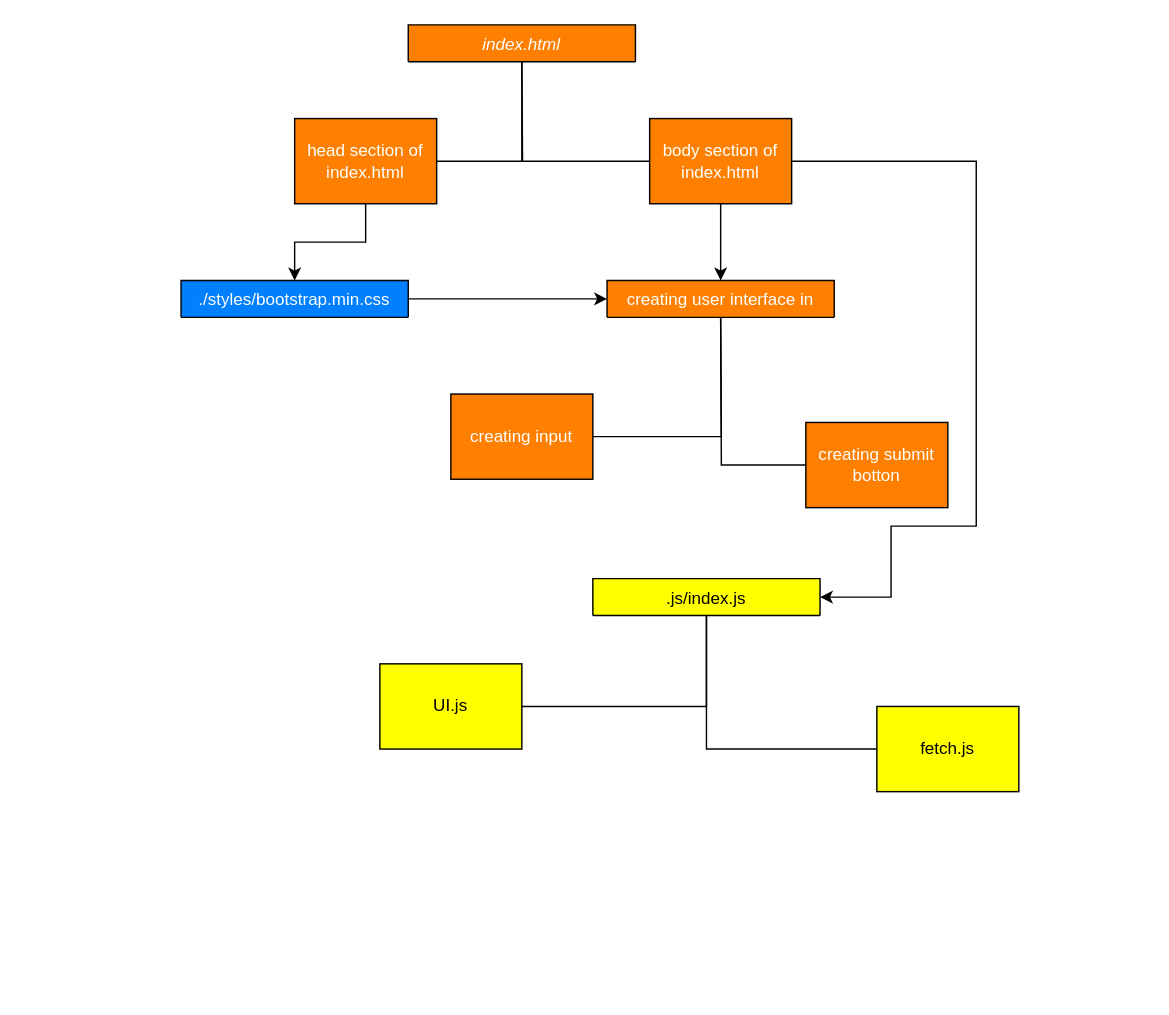
Above: js/Untitled Diagram.drawio in Dadajanov/WeatherWithLocation (draw.io), before the change. Source tidied: cells renumbered, new cells numbered last; positions are measured from the earlier drawing's top-left corner, leaving out a move shared by most shapes. Both pictures are drawn from the tidied source at 142%, with x=0, y=0 at pixel (180, 24).
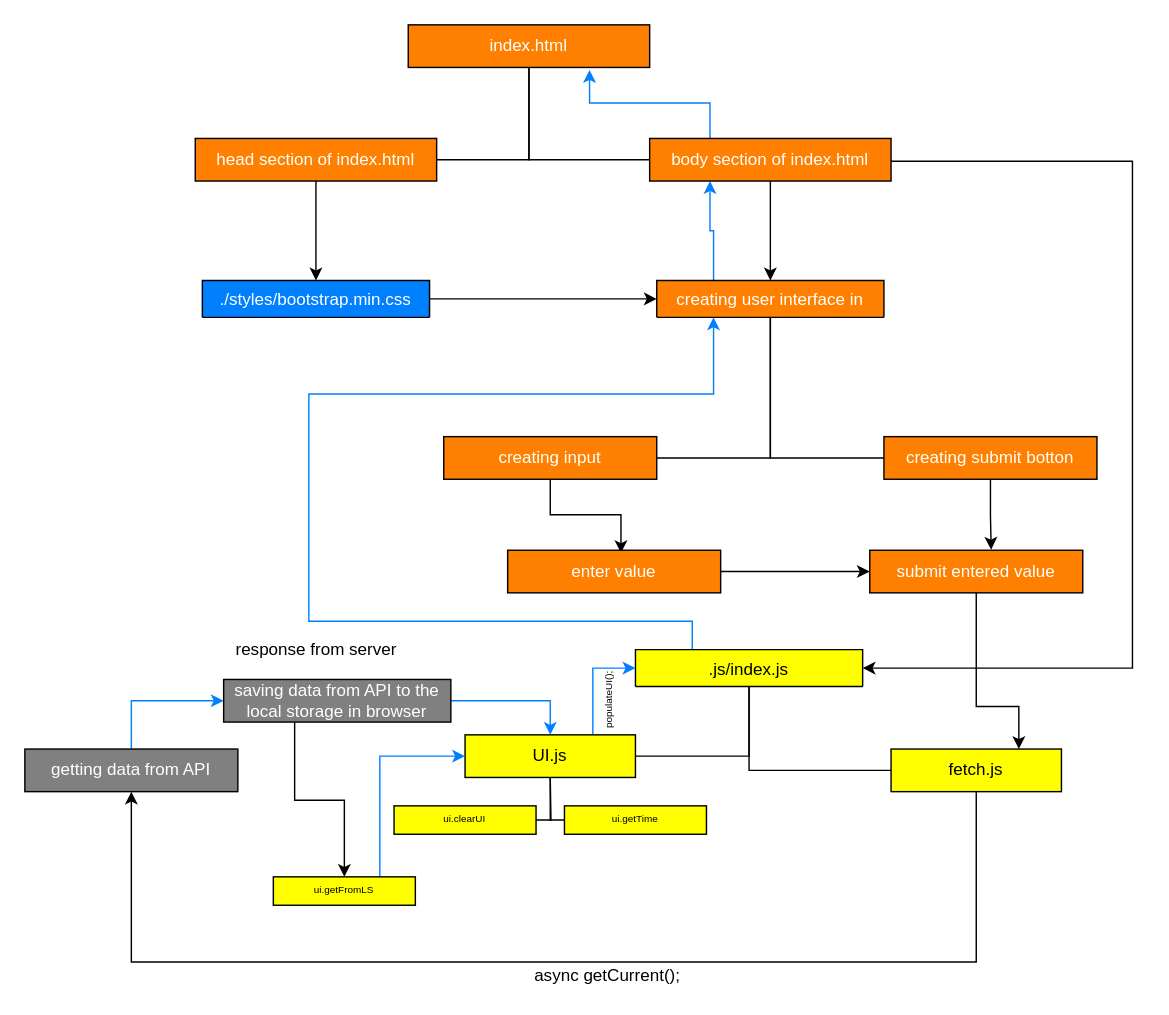
After the change.

Change to the diagram source:
```diff
@@
-    <mxCell id="2" value="index.html&#10;" style="swimlane;fontStyle=2;align=center;verticalAlign=top;horizontal=1;startSize=26;rounded=0;shadow=0;strokeWidth=1;fontColor=#FFFFFF;labelBackgroundColor=none;gradientColor=none;fillColor=#FF8000;" parent="1" vertex="1" collapsed="1">
-      <mxGeometry x="160" width="160" height="26" as="geometry" />
-    </mxCell>
@@
     <mxCell id="4" value="./styles/bootstrap.min.css" style="swimlane;fontStyle=0;align=center;verticalAlign=top;horizontal=1;startSize=26;rounded=0;shadow=0;strokeWidth=1;fillColor=#007FFF;fontColor=#FFFFFF;" parent="1" vertex="1" collapsed="1">
-      <mxGeometry y="180" width="160" height="26" as="geometry" />
+      <mxGeometry x="15" y="180" width="160" height="26" as="geometry" />
     </mxCell>
+    <mxCell id="22" style="edgeStyle=orthogonalEdgeStyle;rounded=0;jettySize=auto;html=1;exitX=0.25;exitY=0;exitDx=0;exitDy=0;entryX=0.25;entryY=1;entryDx=0;entryDy=0;fontSize=7;fontColor=#000000;strokeColor=#007FFF;" parent="1" edge="1" source="5" target="11">
+      <mxGeometry relative="1" as="geometry">
+        <Array as="points">
+          <mxPoint x="375" y="145" />
+          <mxPoint x="373" y="145" />
+        </Array>
+      </mxGeometry>
+    </mxCell>
     <mxCell id="5" value="creating user interface in" style="swimlane;fontStyle=0;align=center;verticalAlign=top;horizontal=1;startSize=26;rounded=0;shadow=0;strokeWidth=1;fillColor=#FF8000;fontColor=#FFFFFF;" parent="1" vertex="1" collapsed="1">
-      <mxGeometry x="300" y="180" width="160" height="26" as="geometry" />
+      <mxGeometry x="335" y="180" width="160" height="26" as="geometry" />
     </mxCell>
+    <mxCell id="23" style="edgeStyle=orthogonalEdgeStyle;rounded=0;jettySize=auto;html=1;exitX=0.25;exitY=0;exitDx=0;exitDy=0;entryX=0.25;entryY=1;entryDx=0;entryDy=0;fontSize=7;fontColor=#000000;strokeColor=#007FFF;" parent="1" edge="1" source="6" target="5">
+      <mxGeometry relative="1" as="geometry">
+        <Array as="points">
+          <mxPoint x="360" y="420" />
+          <mxPoint x="90" y="420" />
+          <mxPoint x="90" y="260" />
+          <mxPoint x="375" y="260" />
+        </Array>
+      </mxGeometry>
+    </mxCell>
     <mxCell id="6" value=".js/index.js&#10;" style="swimlane;fontStyle=0;align=center;verticalAlign=top;horizontal=1;startSize=26;rounded=0;shadow=0;strokeWidth=1;fontColor=#000000;fillColor=#FFFF00;" parent="1" vertex="1" collapsed="1">
-      <mxGeometry x="290" y="390" width="160" height="26" as="geometry" />
+      <mxGeometry x="320" y="440" width="160" height="26" as="geometry" />
     </mxCell>
-    <mxCell id="7" style="edgeStyle=orthogonalEdgeStyle;startArrow=none;endArrow=none;rounded=0;targetPortConstraint=eastwest;sourcePortConstraint=northsouth;fontColor=#000000;" parent="1" edge="1" target="13">
-      <mxGeometry relative="1" as="geometry">
-        <mxPoint x="240" y="26" as="sourcePoint" />
-      </mxGeometry>
+    <mxCell id="7" style="edgeStyle=orthogonalEdgeStyle;startArrow=none;endArrow=none;rounded=0;targetPortConstraint=eastwest;sourcePortConstraint=northsouth;fontColor=#000000;exitX=0.5;exitY=1.02;exitDx=0;exitDy=0;exitPerimeter=0;" parent="1" edge="1" source="2" target="13">
+      <mxGeometry relative="1" as="geometry" />
     </mxCell>
-    <mxCell id="8" style="edgeStyle=orthogonalEdgeStyle;startArrow=none;endArrow=none;rounded=0;targetPortConstraint=eastwest;sourcePortConstraint=northsouth;fontColor=#000000;" parent="1" edge="1" target="11">
+    <mxCell id="8" style="edgeStyle=orthogonalEdgeStyle;startArrow=none;endArrow=none;rounded=0;targetPortConstraint=eastwest;sourcePortConstraint=northsouth;fontColor=#000000;entryX=0;entryY=0.5;entryDx=0;entryDy=0;exitX=0.5;exitY=1;exitDx=0;exitDy=0;" parent="1" edge="1" source="2" target="11">
       <mxGeometry relative="1" as="geometry">
-        <mxPoint x="240" y="26" as="sourcePoint" />
         <Array as="points">
-          <mxPoint x="240" y="96" />
+          <mxPoint x="245" y="95" />
         </Array>
       </mxGeometry>
     </mxCell>
@@
     <mxCell id="10" style="edgeStyle=orthogonalEdgeStyle;rounded=0;jettySize=auto;html=1;exitX=1;exitY=0.5;exitDx=0;exitDy=0;entryX=1;entryY=0.5;entryDx=0;entryDy=0;fontColor=#FFFFFF;" parent="1" edge="1" source="11" target="6">
       <mxGeometry relative="1" as="geometry">
         <Array as="points">
-          <mxPoint x="560" y="96" />
-          <mxPoint x="560" y="353" />
-          <mxPoint x="500" y="353" />
-          <mxPoint x="500" y="403" />
+          <mxPoint x="500" y="96" />
+          <mxPoint x="670" y="96" />
+          <mxPoint x="670" y="453" />
         </Array>
       </mxGeometry>
     </mxCell>
+    <mxCell id="24" style="edgeStyle=orthogonalEdgeStyle;rounded=0;jettySize=auto;html=1;exitX=0.25;exitY=0;exitDx=0;exitDy=0;entryX=0.751;entryY=1.06;entryDx=0;entryDy=0;fontSize=7;fontColor=#000000;strokeColor=#007FFF;entryPerimeter=0;" parent="1" edge="1" source="11" target="2">
+      <mxGeometry relative="1" as="geometry" />
+    </mxCell>
     <mxCell id="11" value="&lt;font color=&quot;#ffffff&quot;&gt;body section of index.html&lt;br&gt;&lt;/font&gt;" style="whiteSpace=wrap;html=1;align=center;verticalAlign=middle;labelBackgroundColor=none;fontColor=#000000;fillColor=#FF8000;gradientColor=none;" parent="1" vertex="1">
-      <mxGeometry x="330" y="66" width="100" height="60" as="geometry" />
+      <mxGeometry x="330" y="80" width="170" height="30" as="geometry" />
     </mxCell>
-    <mxCell id="12" style="edgeStyle=orthogonalEdgeStyle;rounded=0;jettySize=auto;html=1;entryX=0.5;entryY=0;entryDx=0;entryDy=0;fontColor=#000000;" parent="1" edge="1" source="13" target="4">
-      <mxGeometry relative="1" as="geometry" />
+    <mxCell id="12" style="edgeStyle=orthogonalEdgeStyle;rounded=0;jettySize=auto;html=1;fontColor=#000000;" parent="1" edge="1" source="13">
+      <mxGeometry relative="1" as="geometry">
+        <mxPoint x="95" y="180" as="targetPoint" />
+        <Array as="points">
+          <mxPoint x="95" y="180" />
+        </Array>
+      </mxGeometry>
     </mxCell>
     <mxCell id="13" value="&lt;font color=&quot;#ffffff&quot;&gt;head section of index.html&lt;br&gt;&lt;/font&gt;" style="whiteSpace=wrap;html=1;align=center;verticalAlign=middle;labelBackgroundColor=none;fontColor=#000000;fillColor=#FF8000;gradientColor=none;" parent="1" vertex="1">
-      <mxGeometry x="80" y="66" width="100" height="60" as="geometry" />
+      <mxGeometry x="10" y="80" width="170" height="30" as="geometry" />
     </mxCell>
-    <mxCell id="14" style="edgeStyle=orthogonalEdgeStyle;startArrow=none;endArrow=none;rounded=0;targetPortConstraint=eastwest;sourcePortConstraint=northsouth;fontColor=#000000;" parent="1" edge="1" target="16">
-      <mxGeometry relative="1" as="geometry">
-        <mxPoint x="380" y="206" as="sourcePoint" />
-      </mxGeometry>
+    <mxCell id="14" style="edgeStyle=orthogonalEdgeStyle;startArrow=none;endArrow=none;rounded=0;targetPortConstraint=eastwest;sourcePortConstraint=northsouth;fontColor=#000000;exitX=0.5;exitY=1;exitDx=0;exitDy=0;" parent="1" edge="1" source="5" target="16">
+      <mxGeometry relative="1" as="geometry" />
     </mxCell>
-    <mxCell id="15" style="edgeStyle=orthogonalEdgeStyle;startArrow=none;endArrow=none;rounded=0;targetPortConstraint=eastwest;sourcePortConstraint=northsouth;fontColor=#000000;" parent="1" edge="1" target="17">
+    <mxCell id="15" style="edgeStyle=orthogonalEdgeStyle;startArrow=none;endArrow=none;rounded=0;targetPortConstraint=eastwest;sourcePortConstraint=northsouth;fontColor=#000000;exitX=0.5;exitY=1;exitDx=0;exitDy=0;" parent="1" edge="1" source="5" target="17">
       <mxGeometry relative="1" as="geometry">
-        <mxPoint x="380" y="206" as="sourcePoint" />
+        <Array as="points">
+          <mxPoint x="415" y="305" />
+        </Array>
       </mxGeometry>
     </mxCell>
+    <mxCell id="25" style="edgeStyle=orthogonalEdgeStyle;rounded=0;jettySize=auto;html=1;exitX=0.5;exitY=1;exitDx=0;exitDy=0;entryX=0.532;entryY=0.067;entryDx=0;entryDy=0;entryPerimeter=0;fontColor=#000000;" parent="1" edge="1" source="16" target="30">
+      <mxGeometry relative="1" as="geometry" />
+    </mxCell>
     <mxCell id="16" value="&lt;font color=&quot;#ffffff&quot;&gt;creating input&lt;br&gt;&lt;/font&gt;" style="whiteSpace=wrap;html=1;align=center;verticalAlign=middle;labelBackgroundColor=none;fontColor=#000000;fillColor=#FF8000;gradientColor=none;" parent="1" vertex="1">
-      <mxGeometry x="190" y="260" width="100" height="60" as="geometry" />
+      <mxGeometry x="185" y="290" width="150" height="30" as="geometry" />
     </mxCell>
+    <mxCell id="26" style="edgeStyle=orthogonalEdgeStyle;rounded=0;jettySize=auto;html=1;exitX=0.5;exitY=1;exitDx=0;exitDy=0;entryX=0.57;entryY=-0.014;entryDx=0;entryDy=0;entryPerimeter=0;fontColor=#000000;" parent="1" edge="1" source="17" target="32">
+      <mxGeometry relative="1" as="geometry" />
+    </mxCell>
     <mxCell id="17" value="&lt;font color=&quot;#ffffff&quot;&gt;creating submit botton&lt;br&gt;&lt;/font&gt;" style="whiteSpace=wrap;html=1;align=center;verticalAlign=middle;labelBackgroundColor=none;fontColor=#000000;fillColor=#FF8000;gradientColor=none;" parent="1" vertex="1">
-      <mxGeometry x="440" y="280" width="100" height="60" as="geometry" />
+      <mxGeometry x="495" y="290" width="150" height="30" as="geometry" />
     </mxCell>
@@
+    <mxCell id="27" style="edgeStyle=orthogonalEdgeStyle;rounded=0;jettySize=auto;html=1;exitX=0.75;exitY=0;exitDx=0;exitDy=0;entryX=0;entryY=0.5;entryDx=0;entryDy=0;fontColor=#000000;strokeColor=#007FFF;" parent="1" edge="1" source="20" target="6">
+      <mxGeometry relative="1" as="geometry" />
+    </mxCell>
     <mxCell id="20" value="&lt;font color=&quot;#000000&quot;&gt;UI.js&lt;/font&gt;" style="whiteSpace=wrap;html=1;align=center;verticalAlign=middle;labelBackgroundColor=none;fontColor=#FFFFFF;fillColor=#FFFF00;gradientColor=none;" parent="1" vertex="1">
-      <mxGeometry x="140" y="450" width="100" height="60" as="geometry" />
+      <mxGeometry x="200" y="500" width="120" height="30" as="geometry" />
     </mxCell>
+    <mxCell id="28" style="edgeStyle=orthogonalEdgeStyle;rounded=0;jettySize=auto;html=1;exitX=0.5;exitY=1;exitDx=0;exitDy=0;entryX=0.5;entryY=1;entryDx=0;entryDy=0;fontColor=#000000;" parent="1" edge="1" source="21" target="34">
+      <mxGeometry relative="1" as="geometry">
+        <Array as="points">
+          <mxPoint x="560" y="660" />
+          <mxPoint x="-35" y="660" />
+        </Array>
+      </mxGeometry>
+    </mxCell>
     <mxCell id="21" value="&lt;span style=&quot;color: rgb(0 , 0 , 0)&quot;&gt;fetch.js&lt;/span&gt;" style="whiteSpace=wrap;html=1;align=center;verticalAlign=middle;labelBackgroundColor=none;fontColor=#FFFFFF;fillColor=#FFFF00;gradientColor=none;" parent="1" vertex="1">
-      <mxGeometry x="490" y="480" width="100" height="60" as="geometry" />
+      <mxGeometry x="500" y="510" width="120" height="30" as="geometry" />
     </mxCell>
+    <mxCell id="29" style="edgeStyle=orthogonalEdgeStyle;rounded=0;jettySize=auto;html=1;exitX=1;exitY=0.5;exitDx=0;exitDy=0;entryX=0;entryY=0.5;entryDx=0;entryDy=0;fontColor=#000000;" parent="1" edge="1" source="30" target="32">
+      <mxGeometry relative="1" as="geometry" />
+    </mxCell>
+    <mxCell id="30" value="&lt;font color=&quot;#ffffff&quot;&gt;enter value&lt;br&gt;&lt;/font&gt;" style="whiteSpace=wrap;html=1;align=center;verticalAlign=middle;labelBackgroundColor=none;fontColor=#000000;fillColor=#FF8000;gradientColor=none;" parent="1" vertex="1">
+      <mxGeometry x="230" y="370" width="150" height="30" as="geometry" />
+    </mxCell>
+    <mxCell id="31" style="edgeStyle=orthogonalEdgeStyle;rounded=0;jettySize=auto;html=1;exitX=0.5;exitY=1;exitDx=0;exitDy=0;entryX=0.75;entryY=0;entryDx=0;entryDy=0;fontColor=#000000;" parent="1" edge="1" source="32" target="21">
+      <mxGeometry relative="1" as="geometry">
+        <Array as="points">
+          <mxPoint x="560" y="480" />
+          <mxPoint x="590" y="480" />
+        </Array>
+      </mxGeometry>
+    </mxCell>
+    <mxCell id="32" value="&lt;font color=&quot;#ffffff&quot;&gt;submit entered value&lt;br&gt;&lt;/font&gt;" style="whiteSpace=wrap;html=1;align=center;verticalAlign=middle;labelBackgroundColor=none;fontColor=#000000;fillColor=#FF8000;gradientColor=none;" parent="1" vertex="1">
+      <mxGeometry x="485" y="370" width="150" height="30" as="geometry" />
+    </mxCell>
+    <mxCell id="33" style="edgeStyle=orthogonalEdgeStyle;rounded=0;jettySize=auto;html=1;exitX=0.5;exitY=0;exitDx=0;exitDy=0;entryX=0;entryY=0.5;entryDx=0;entryDy=0;fontSize=7;fontColor=#000000;strokeColor=#007FFF;" parent="1" edge="1" source="34" target="45">
+      <mxGeometry relative="1" as="geometry" />
+    </mxCell>
+    <mxCell id="34" value="&lt;font color=&quot;#ffffff&quot;&gt;getting data from API&lt;br&gt;&lt;/font&gt;" style="whiteSpace=wrap;html=1;align=center;verticalAlign=middle;labelBackgroundColor=none;fontColor=#000000;fillColor=#808080;gradientColor=none;" parent="1" vertex="1">
+      <mxGeometry x="-110" y="510" width="150" height="30" as="geometry" />
+    </mxCell>
+    <mxCell id="35" value="response from server&lt;br&gt;" style="text;html=1;align=center;verticalAlign=middle;strokeColor=none;fillColor=none;fontColor=#000000;" parent="1" vertex="1">
+      <mxGeometry x="30" y="430" width="130" height="20" as="geometry" />
+    </mxCell>
+    <mxCell id="36" value="async getCurrent();" style="text;html=1;align=center;verticalAlign=middle;strokeColor=none;fillColor=none;fontColor=#000000;" parent="1" vertex="1">
+      <mxGeometry x="240" y="660" width="120" height="20" as="geometry" />
+    </mxCell>
+    <mxCell id="37" value="&lt;font style=&quot;font-size: 7px&quot;&gt;populateUI();&lt;/font&gt;" style="text;html=1;align=center;verticalAlign=middle;strokeColor=none;fillColor=none;fontColor=#000000;rotation=270;" parent="1" vertex="1">
+      <mxGeometry x="270" y="466" width="60" height="20" as="geometry" />
+    </mxCell>
+    <mxCell id="38" style="edgeStyle=orthogonalEdgeStyle;startArrow=none;endArrow=none;rounded=0;targetPortConstraint=eastwest;sourcePortConstraint=northsouth;fontSize=7;fontColor=#000000;strokeColor=#000000;" parent="1" edge="1" target="40">
+      <mxGeometry relative="1" as="geometry">
+        <mxPoint x="260" y="530" as="sourcePoint" />
+      </mxGeometry>
+    </mxCell>
+    <mxCell id="39" style="edgeStyle=orthogonalEdgeStyle;startArrow=none;endArrow=none;rounded=0;targetPortConstraint=eastwest;sourcePortConstraint=northsouth;fontSize=7;fontColor=#000000;strokeColor=#000000;exitX=0.5;exitY=1;exitDx=0;exitDy=0;" parent="1" edge="1" source="20" target="41">
+      <mxGeometry relative="1" as="geometry" />
+    </mxCell>
+    <mxCell id="40" value="ui.clearUI" style="whiteSpace=wrap;html=1;align=center;verticalAlign=middle;labelBackgroundColor=none;fontSize=7;fontColor=#000000;fillColor=#FFFF00;gradientColor=none;" parent="1" vertex="1">
+      <mxGeometry x="150" y="550" width="100" height="20" as="geometry" />
+    </mxCell>
+    <mxCell id="41" value="ui.getTime" style="whiteSpace=wrap;html=1;align=center;verticalAlign=middle;labelBackgroundColor=none;fontSize=7;fontColor=#000000;fillColor=#FFFF00;gradientColor=none;" parent="1" vertex="1">
+      <mxGeometry x="270" y="550" width="100" height="20" as="geometry" />
+    </mxCell>
+    <mxCell id="42" style="edgeStyle=orthogonalEdgeStyle;rounded=0;jettySize=auto;html=1;exitX=1;exitY=0.5;exitDx=0;exitDy=0;entryX=0.5;entryY=0;entryDx=0;entryDy=0;fontSize=7;fontColor=#000000;strokeColor=#007FFF;" parent="1" edge="1" source="45" target="20">
+      <mxGeometry relative="1" as="geometry" />
+    </mxCell>
+    <mxCell id="43" style="edgeStyle=orthogonalEdgeStyle;rounded=0;jettySize=auto;html=1;fontSize=7;fontColor=#000000;strokeColor=#000000;" parent="1" edge="1" source="45">
+      <mxGeometry relative="1" as="geometry">
+        <mxPoint x="115" y="600" as="targetPoint" />
+        <Array as="points">
+          <mxPoint x="80" y="546" />
+          <mxPoint x="115" y="546" />
+        </Array>
+      </mxGeometry>
+    </mxCell>
+    <mxCell id="44" style="edgeStyle=orthogonalEdgeStyle;rounded=0;jettySize=auto;html=1;exitX=0;exitY=0.5;exitDx=0;exitDy=0;fontSize=7;fontColor=#000000;strokeColor=#007FFF;" parent="1" edge="1" source="45">
+      <mxGeometry relative="1" as="geometry">
+        <mxPoint x="40" y="476.2" as="targetPoint" />
+      </mxGeometry>
+    </mxCell>
+    <mxCell id="45" value="&lt;font color=&quot;#ffffff&quot;&gt;saving data from API to the local storage in browser&lt;br&gt;&lt;/font&gt;" style="whiteSpace=wrap;html=1;align=center;verticalAlign=middle;labelBackgroundColor=none;fontColor=#000000;fillColor=#808080;gradientColor=none;" parent="1" vertex="1">
+      <mxGeometry x="30" y="461" width="160" height="30" as="geometry" />
+    </mxCell>
+    <mxCell id="46" style="edgeStyle=orthogonalEdgeStyle;rounded=0;jettySize=auto;html=1;exitX=0.75;exitY=0;exitDx=0;exitDy=0;entryX=0;entryY=0.5;entryDx=0;entryDy=0;fontSize=7;fontColor=#000000;strokeColor=#007FFF;" parent="1" edge="1" source="47" target="20">
+      <mxGeometry relative="1" as="geometry" />
+    </mxCell>
+    <mxCell id="47" value="ui.getFromLS" style="whiteSpace=wrap;html=1;align=center;verticalAlign=middle;labelBackgroundColor=none;fontSize=7;fontColor=#000000;fillColor=#FFFF00;gradientColor=none;" parent="1" vertex="1">
+      <mxGeometry x="65" y="600" width="100" height="20" as="geometry" />
+    </mxCell>
+    <mxCell id="2" value="&lt;font color=&quot;#ffffff&quot;&gt;index.html&lt;br&gt;&lt;/font&gt;" style="whiteSpace=wrap;html=1;align=center;verticalAlign=middle;labelBackgroundColor=none;fontColor=#000000;fillColor=#FF8000;gradientColor=none;" parent="1" vertex="1">
+      <mxGeometry x="160" width="170" height="30" as="geometry" />
+    </mxCell>
```
